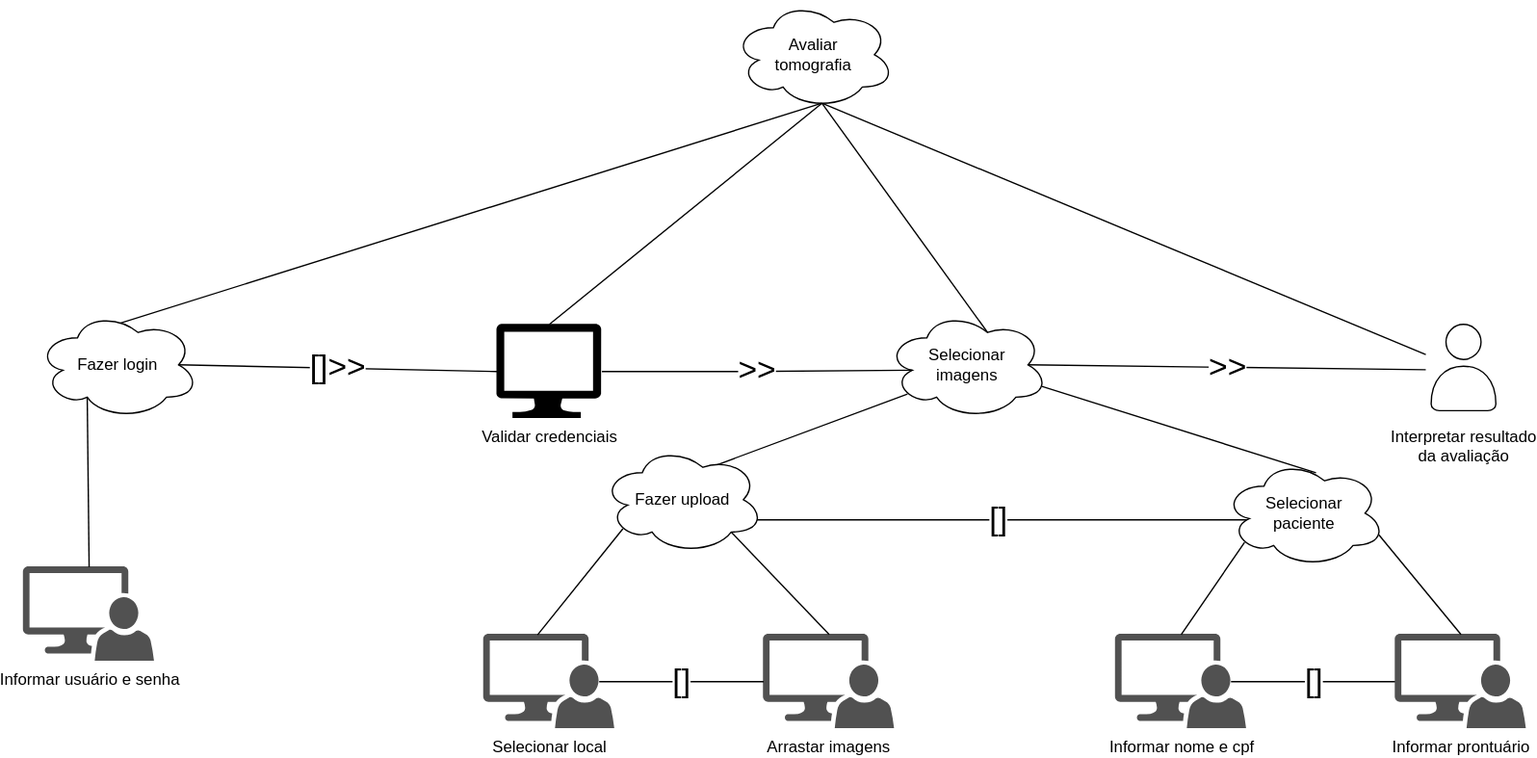
Above: assets/05_tarefas/ctt_t01.svg in carvalhosmari/CC8122-Projeto (draw.io), before the change. Source tidied: cells renumbered, new cells last; positions are measured from the earlier drawing's top-left corner, leaving out a move shared by most shapes.
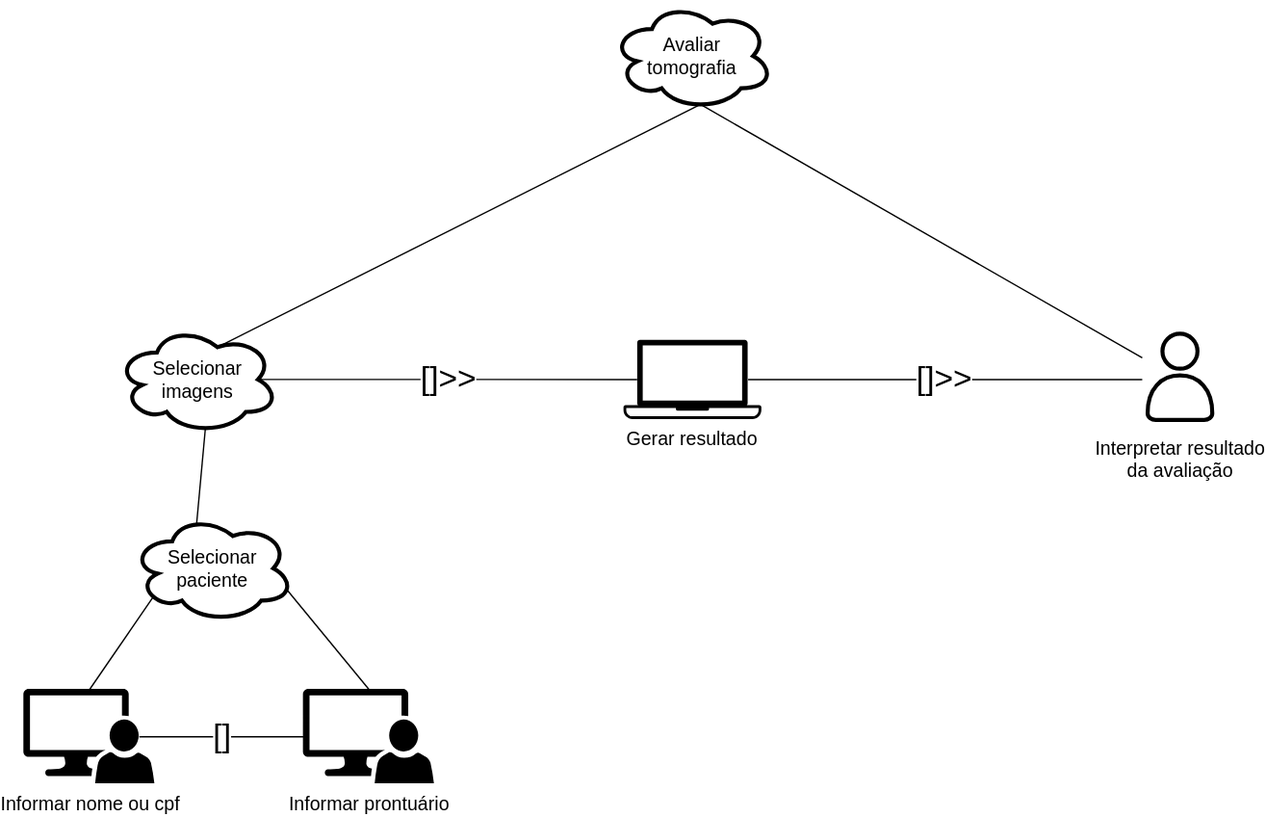
After the change.

What changed in the source:
```diff
@@ -5,71 +5,26 @@
     <mxCell id="2" style="rounded=0;jettySize=auto;html=1;exitX=0.55;exitY=0.95;exitDx=0;exitDy=0;exitPerimeter=0;defaultLabelBackgroundColor=page;endArrow=none;endFill=0;" parent="1" edge="1" source="3" target="28">
       <mxGeometry relative="1" as="geometry" />
     </mxCell>
-    <mxCell id="3" value="Avaliar&lt;br&gt;tomografia" style="ellipse;shape=cloud;whiteSpace=wrap;html=1;perimeter=cloudPerimeter;" parent="1" vertex="1">
+    <mxCell id="3" value="&lt;font style=&quot;font-size: 14px;&quot;&gt;Avaliar&lt;br&gt;tomografia&lt;/font&gt;" style="ellipse;shape=cloud;whiteSpace=wrap;html=1;perimeter=cloudPerimeter;strokeWidth=3;" parent="1" vertex="1">
       <mxGeometry x="526.1" width="120" height="80" as="geometry" />
     </mxCell>
-    <mxCell id="4" value="&lt;font style=&quot;font-size: 24px;&quot;&gt;&amp;gt;&amp;gt;&lt;/font&gt;" style="rounded=0;jettySize=auto;html=1;exitX=0.875;exitY=0.5;exitDx=0;exitDy=0;exitPerimeter=0;defaultLabelBackgroundColor=page;endArrow=none;endFill=0;" parent="1" edge="1" source="5" target="28">
-      <mxGeometry relative="1" as="geometry" />
-    </mxCell>
-    <mxCell id="5" value="Selecionar &lt;br&gt;imagens" style="ellipse;shape=cloud;whiteSpace=wrap;html=1;perimeter=cloudPerimeter;" parent="1" vertex="1">
-      <mxGeometry x="640" y="230" width="120" height="80" as="geometry" />
+    <mxCell id="5" value="&lt;font style=&quot;font-size: 14px;&quot;&gt;Selecionar &lt;br&gt;imagens&lt;/font&gt;" style="ellipse;shape=cloud;whiteSpace=wrap;html=1;perimeter=cloudPerimeter;strokeWidth=3;" parent="1" vertex="1">
+      <mxGeometry x="158.6" y="240" width="120" height="80" as="geometry" />
     </mxCell>
-    <mxCell id="6" style="rounded=0;jettySize=auto;html=1;exitX=0.55;exitY=0.95;exitDx=0;exitDy=0;exitPerimeter=0;entryX=0.5;entryY=0;entryDx=0;entryDy=0;entryPerimeter=0;defaultLabelBackgroundColor=page;endArrow=none;endFill=0;" parent="1" edge="1" source="3">
-      <mxGeometry relative="1" as="geometry">
-        <mxPoint x="68.6" y="240" as="targetPoint" />
-      </mxGeometry>
-    </mxCell>
     <mxCell id="7" style="rounded=0;jettySize=auto;html=1;exitX=0.55;exitY=0.95;exitDx=0;exitDy=0;exitPerimeter=0;entryX=0.625;entryY=0.2;entryDx=0;entryDy=0;entryPerimeter=0;defaultLabelBackgroundColor=page;endArrow=none;endFill=0;" parent="1" edge="1" source="3" target="5">
       <mxGeometry relative="1" as="geometry" />
     </mxCell>
-    <mxCell id="8" style="rounded=0;jettySize=auto;html=1;exitX=0.5;exitY=0;exitDx=0;exitDy=0;exitPerimeter=0;entryX=0.13;entryY=0.77;entryDx=0;entryDy=0;entryPerimeter=0;defaultLabelBackgroundColor=page;endArrow=none;endFill=0;" parent="1" edge="1" target="5">
-      <mxGeometry relative="1" as="geometry">
-        <mxPoint x="498.6" y="350" as="sourcePoint" />
-      </mxGeometry>
-    </mxCell>
-    <mxCell id="9" style="rounded=0;jettySize=auto;html=1;exitX=0.96;exitY=0.7;exitDx=0;exitDy=0;exitPerimeter=0;entryX=0.5;entryY=0;entryDx=0;entryDy=0;entryPerimeter=0;defaultLabelBackgroundColor=page;endArrow=none;endFill=0;" parent="1" edge="1" source="5">
-      <mxGeometry relative="1" as="geometry">
-        <mxPoint x="958.6" y="350" as="targetPoint" />
-      </mxGeometry>
-    </mxCell>
-    <mxCell id="10" value="&lt;font style=&quot;font-size: 24px;&quot;&gt;[]&lt;/font&gt;" style="edgeStyle=orthogonalEdgeStyle;rounded=0;orthogonalLoop=1;jettySize=auto;html=1;exitX=0.88;exitY=0.5;exitDx=0;exitDy=0;exitPerimeter=0;entryX=0;entryY=0.5;entryDx=0;entryDy=0;entryPerimeter=0;defaultLabelBackgroundColor=page;endArrow=none;endFill=0;" parent="1" edge="1">
-      <mxGeometry relative="1" as="geometry">
-        <mxPoint x="535.6" y="385" as="sourcePoint" />
-        <mxPoint x="910" y="385" as="targetPoint" />
-      </mxGeometry>
-    </mxCell>
-    <mxCell id="11" value="Selecionar local" style="sketch=0;shadow=0;dashed=0;html=1;strokeColor=none;labelPosition=center;verticalLabelPosition=bottom;verticalAlign=top;align=center;fillColor=#515151;shape=mxgraph.mscae.system_center.admin_console;labelPerimeter=1;" parent="1" vertex="1">
-      <mxGeometry x="341.4" y="470" width="97.2" height="70" as="geometry" />
-    </mxCell>
-    <mxCell id="12" value="Validar credenciais" style="sketch=0;shadow=0;dashed=0;html=1;strokeColor=none;labelPosition=center;verticalLabelPosition=bottom;verticalAlign=top;align=center;fillColor=light-dark(#000000, #bfd3ff);shape=mxgraph.azure.computer;labelPerimeter=1;" parent="1" vertex="1">
-      <mxGeometry x="351.1" y="240" width="77.8" height="70" as="geometry" />
-    </mxCell>
-    <mxCell id="13" value="&lt;font style=&quot;font-size: 24px;&quot;&gt;&amp;gt;&amp;gt;&lt;/font&gt;" style="edgeStyle=orthogonalEdgeStyle;rounded=0;jettySize=auto;html=1;exitX=1;exitY=0.5;exitDx=0;exitDy=0;exitPerimeter=0;entryX=0.16;entryY=0.55;entryDx=0;entryDy=0;entryPerimeter=0;defaultLabelBackgroundColor=page;endArrow=none;endFill=0;" parent="1" edge="1" source="12" target="5">
-      <mxGeometry relative="1" as="geometry" />
-    </mxCell>
-    <mxCell id="14" value="Fazer upload" style="ellipse;shape=cloud;whiteSpace=wrap;html=1;perimeter=cloudPerimeter;" parent="1" vertex="1">
-      <mxGeometry x="428.9" y="330" width="120" height="80" as="geometry" />
-    </mxCell>
-    <mxCell id="15" value="Selecionar &lt;br&gt;paciente" style="ellipse;shape=cloud;whiteSpace=wrap;html=1;perimeter=cloudPerimeter;" parent="1" vertex="1">
-      <mxGeometry x="890" y="340" width="120" height="80" as="geometry" />
+    <mxCell id="15" value="&lt;font style=&quot;font-size: 14px;&quot;&gt;Selecionar &lt;br&gt;paciente&lt;/font&gt;" style="ellipse;shape=cloud;whiteSpace=wrap;html=1;perimeter=cloudPerimeter;strokeWidth=3;" parent="1" vertex="1">
+      <mxGeometry x="170" y="380" width="120" height="80" as="geometry" />
     </mxCell>
-    <mxCell id="16" value="Arrastar imagens" style="sketch=0;shadow=0;dashed=0;html=1;strokeColor=none;labelPosition=center;verticalLabelPosition=bottom;verticalAlign=top;align=center;fillColor=#515151;shape=mxgraph.mscae.system_center.admin_console;labelPerimeter=1;" parent="1" vertex="1">
-      <mxGeometry x="548.9" y="470" width="97.2" height="70" as="geometry" />
-    </mxCell>
-    <mxCell id="17" style="rounded=0;jettySize=auto;html=1;exitX=0.13;exitY=0.77;exitDx=0;exitDy=0;exitPerimeter=0;entryX=0.41;entryY=0.003;entryDx=0;entryDy=0;entryPerimeter=0;defaultLabelBackgroundColor=page;endArrow=none;endFill=0;" parent="1" edge="1" source="14" target="11">
-      <mxGeometry relative="1" as="geometry" />
-    </mxCell>
-    <mxCell id="18" style="rounded=0;jettySize=auto;html=1;exitX=0.8;exitY=0.8;exitDx=0;exitDy=0;exitPerimeter=0;entryX=0.5;entryY=0;entryDx=0;entryDy=0;entryPerimeter=0;defaultLabelBackgroundColor=page;endArrow=none;endFill=0;" parent="1" edge="1" source="14" target="16">
-      <mxGeometry relative="1" as="geometry" />
-    </mxCell>
     <mxCell id="19" value="&lt;font style=&quot;font-size: 24px;&quot;&gt;[]&lt;/font&gt;" style="edgeStyle=orthogonalEdgeStyle;rounded=0;jettySize=auto;html=1;exitX=0.88;exitY=0.5;exitDx=0;exitDy=0;exitPerimeter=0;defaultLabelBackgroundColor=page;endArrow=none;endFill=0;" parent="1" edge="1" source="20" target="21">
       <mxGeometry relative="1" as="geometry" />
     </mxCell>
-    <mxCell id="20" value="Informar nome e cpf" style="sketch=0;shadow=0;dashed=0;html=1;strokeColor=none;labelPosition=center;verticalLabelPosition=bottom;verticalAlign=top;align=center;fillColor=#515151;shape=mxgraph.mscae.system_center.admin_console;labelPerimeter=1;" parent="1" vertex="1">
-      <mxGeometry x="810" y="470" width="97.2" height="70" as="geometry" />
+    <mxCell id="20" value="&lt;font style=&quot;font-size: 14px;&quot;&gt;Informar nome ou cpf&lt;/font&gt;" style="sketch=0;shadow=0;dashed=0;html=1;strokeColor=none;labelPosition=center;verticalLabelPosition=bottom;verticalAlign=top;align=center;fillColor=#000000;shape=mxgraph.mscae.system_center.admin_console;labelPerimeter=1;" parent="1" vertex="1">
+      <mxGeometry x="90" y="510" width="97.2" height="70" as="geometry" />
     </mxCell>
-    <mxCell id="21" value="Informar prontuário" style="sketch=0;shadow=0;dashed=0;html=1;strokeColor=none;labelPosition=center;verticalLabelPosition=bottom;verticalAlign=top;align=center;fillColor=#515151;shape=mxgraph.mscae.system_center.admin_console;labelPerimeter=1;" parent="1" vertex="1">
-      <mxGeometry x="1017.5" y="470" width="97.2" height="70" as="geometry" />
+    <mxCell id="21" value="&lt;font style=&quot;font-size: 14px;&quot;&gt;Informar prontuário&lt;/font&gt;" style="sketch=0;shadow=0;dashed=0;html=1;strokeColor=none;labelPosition=center;verticalLabelPosition=bottom;verticalAlign=top;align=center;fillColor=#000000;shape=mxgraph.mscae.system_center.admin_console;labelPerimeter=1;" parent="1" vertex="1">
+      <mxGeometry x="297.5" y="510" width="97.2" height="70" as="geometry" />
     </mxCell>
     <mxCell id="22" style="rounded=0;jettySize=auto;html=1;exitX=0.13;exitY=0.77;exitDx=0;exitDy=0;exitPerimeter=0;entryX=0.5;entryY=0;entryDx=0;entryDy=0;entryPerimeter=0;defaultLabelBackgroundColor=page;endArrow=none;endFill=0;" parent="1" edge="1" source="15" target="20">
       <mxGeometry relative="1" as="geometry" />
@@ -77,26 +32,20 @@
     <mxCell id="23" style="rounded=0;jettySize=auto;html=1;exitX=0.96;exitY=0.7;exitDx=0;exitDy=0;exitPerimeter=0;entryX=0.5;entryY=0;entryDx=0;entryDy=0;entryPerimeter=0;defaultLabelBackgroundColor=page;endArrow=none;endFill=0;" parent="1" edge="1" source="15" target="21">
       <mxGeometry x="-0.01" relative="1" as="geometry" />
     </mxCell>
-    <mxCell id="24" value="Fazer login" style="ellipse;shape=cloud;whiteSpace=wrap;html=1;perimeter=cloudPerimeter;" parent="1" vertex="1">
-      <mxGeometry x="10" y="230" width="120" height="80" as="geometry" />
-    </mxCell>
-    <mxCell id="25" value="Informar usuário e senha" style="sketch=0;shadow=0;dashed=0;html=1;strokeColor=none;labelPosition=center;verticalLabelPosition=bottom;verticalAlign=top;align=center;fillColor=#515151;shape=mxgraph.mscae.system_center.admin_console;labelPerimeter=1;" parent="1" vertex="1">
-      <mxGeometry y="420" width="97.2" height="70" as="geometry" />
-    </mxCell>
-    <mxCell id="26" style="rounded=0;jettySize=auto;html=1;exitX=0.31;exitY=0.8;exitDx=0;exitDy=0;exitPerimeter=0;entryX=0.5;entryY=0;entryDx=0;entryDy=0;entryPerimeter=0;defaultLabelBackgroundColor=page;endArrow=none;endFill=0;" parent="1" edge="1" source="24" target="25">
-      <mxGeometry relative="1" as="geometry" />
-    </mxCell>
-    <mxCell id="27" style="rounded=0;jettySize=auto;html=1;exitX=0.55;exitY=0.95;exitDx=0;exitDy=0;exitPerimeter=0;entryX=0.5;entryY=0;entryDx=0;entryDy=0;entryPerimeter=0;defaultLabelBackgroundColor=page;endArrow=none;endFill=0;" parent="1" edge="1" source="3" target="12">
-      <mxGeometry relative="1" as="geometry" />
-    </mxCell>
-    <mxCell id="28" value="Interpretar resultado &lt;br&gt;da avaliação" style="shape=mermaidUsecaseActor;actorType=awesome;verticalLabelPosition=bottom;verticalAlign=top;html=1;outlineConnect=0;labelPerimeter=1;" parent="1" vertex="1">
-      <mxGeometry x="1040" y="238" width="56" height="72" as="geometry" />
+    <mxCell id="28" value="&lt;font style=&quot;font-size: 14px;&quot;&gt;Interpretar resultado &lt;br&gt;da avaliação&lt;/font&gt;" style="shape=mermaidUsecaseActor;actorType=awesome;verticalLabelPosition=bottom;verticalAlign=top;html=1;outlineConnect=0;labelPerimeter=1;strokeWidth=3;" parent="1" vertex="1">
+      <mxGeometry x="920" y="244" width="56" height="72" as="geometry" />
     </mxCell>
-    <mxCell id="29" value="&lt;font style=&quot;font-size: 24px;&quot;&gt;[]&amp;gt;&amp;gt;&lt;/font&gt;" style="rounded=0;jettySize=auto;html=1;exitX=0.875;exitY=0.5;exitDx=0;exitDy=0;exitPerimeter=0;entryX=0;entryY=0.5;entryDx=0;entryDy=0;entryPerimeter=0;defaultLabelBackgroundColor=page;endArrow=none;endFill=0;" parent="1" edge="1" source="24" target="12">
-      <mxGeometry relative="1" as="geometry" />
-    </mxCell>
-    <mxCell id="30" value="&lt;font style=&quot;font-size: 24px;&quot;&gt;[]&lt;/font&gt;" style="rounded=0;jettySize=auto;html=1;exitX=0.88;exitY=0.5;exitDx=0;exitDy=0;exitPerimeter=0;entryX=0;entryY=0.5;entryDx=0;entryDy=0;entryPerimeter=0;defaultLabelBackgroundColor=page;endArrow=none;endFill=0;" parent="1" edge="1" source="11" target="16">
-      <mxGeometry relative="1" as="geometry" />
-    </mxCell>
+    <mxCell id="31" style="rounded=0;jettySize=auto;html=1;exitX=0.55;exitY=0.95;exitDx=0;exitDy=0;exitPerimeter=0;entryX=0.4;entryY=0.1;entryDx=0;entryDy=0;entryPerimeter=0;defaultLabelBackgroundColor=page;endArrow=none;endFill=0;" parent="1" edge="1" source="5" target="15">
+      <mxGeometry relative="1" as="geometry" />
+    </mxCell>
+    <mxCell id="32" value="&lt;font style=&quot;font-size: 24px;&quot;&gt;[]&amp;gt;&amp;gt;&lt;/font&gt;" style="edgeStyle=orthogonalEdgeStyle;rounded=0;jettySize=auto;html=1;exitX=0.904;exitY=0.5;exitDx=0;exitDy=0;exitPerimeter=0;defaultLabelBackgroundColor=page;endArrow=none;endFill=0;" parent="1" edge="1" source="33" target="28">
+      <mxGeometry relative="1" as="geometry" />
+    </mxCell>
+    <mxCell id="33" value="Gerar resultado" style="shape=mxgraph.networks2.icon;fillColor=none;strokeColor=default;gradientColor=#5B6163;network2IconShadow=1;network2bgFillColor=none;labelPosition=center;verticalLabelPosition=bottom;align=center;verticalAlign=top;network2Icon=mxgraph.networks2.laptop;network2IconW=1;network2IconH=0.5734;labelPerimeter=1;strokeWidth=0.5;perimeterSpacing=0;fontSize=14;" parent="1" vertex="1">
+      <mxGeometry x="535" y="250.7" width="102.3" height="58.7" as="geometry" />
+    </mxCell>
+    <mxCell id="34" value="&lt;font style=&quot;font-size: 24px;&quot;&gt;[]&amp;gt;&amp;gt;&lt;/font&gt;" style="edgeStyle=orthogonalEdgeStyle;rounded=0;jettySize=auto;html=1;exitX=0.875;exitY=0.5;exitDx=0;exitDy=0;exitPerimeter=0;entryX=0.099;entryY=0.5;entryDx=0;entryDy=0;entryPerimeter=0;defaultLabelBackgroundColor=page;endArrow=none;endFill=0;" parent="1" edge="1" source="5" target="33">
+      <mxGeometry relative="1" as="geometry" />
+    </mxCell>
   </root>
 </mxGraphModel>
```
